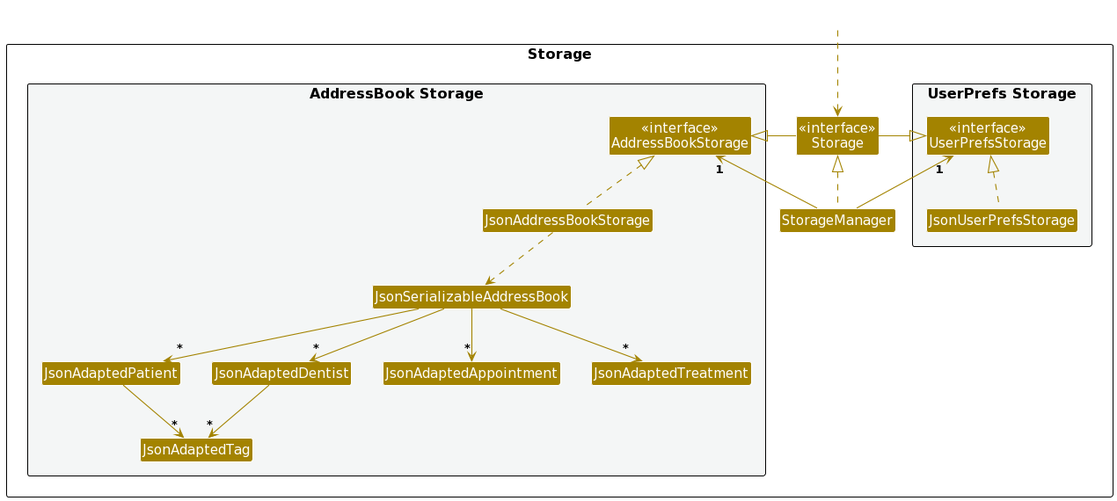
Before: docs/images/ToothTrackerStorage.png, a diagram exported from PlantUML (techjay-c/tp).
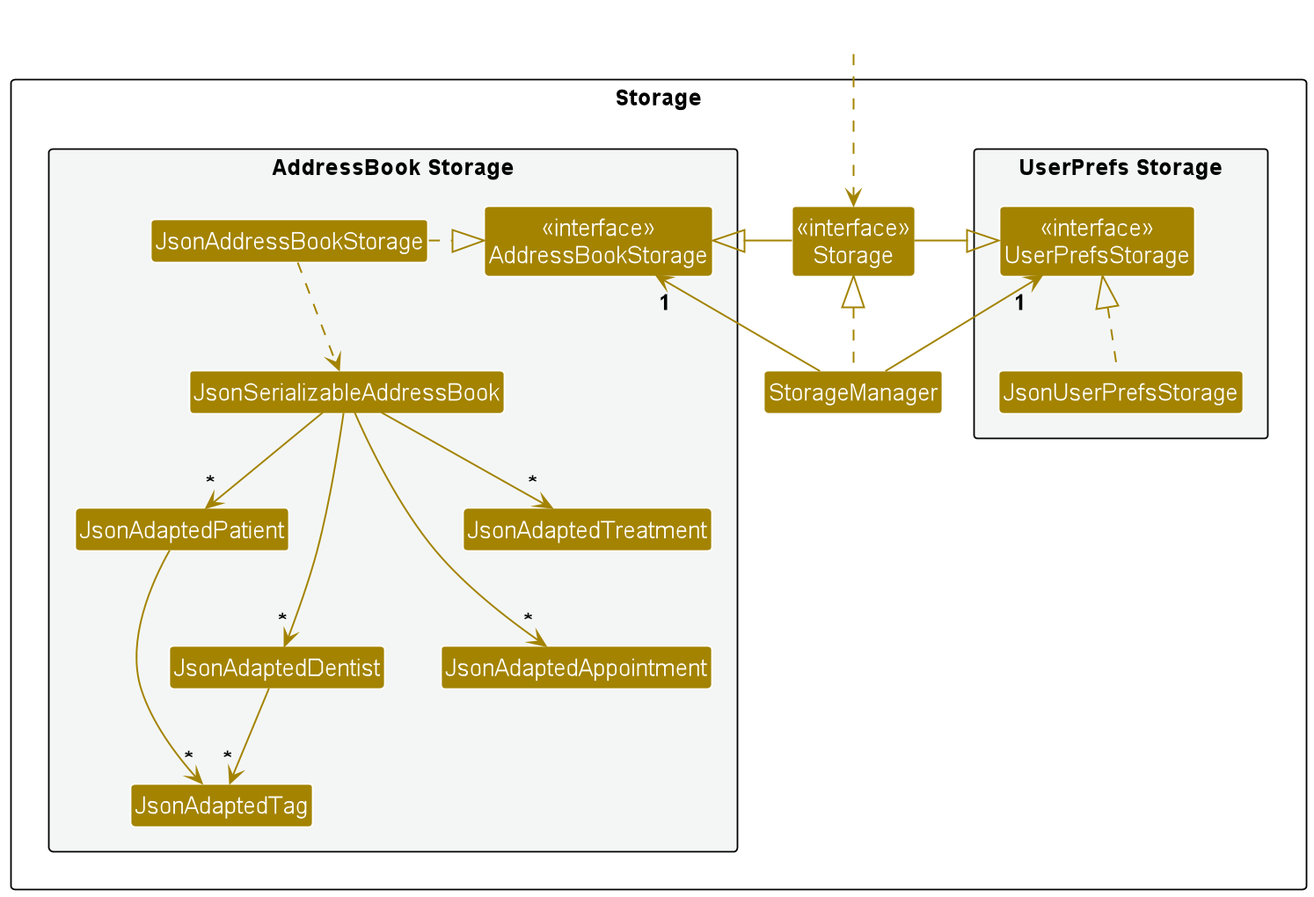
Later version of the same file.

Commit message:
Update ToothTrackerStorageClassDiagram.puml for less width

Change to the diagram source:
```diff
@@ -114,11 +114,11 @@
 Storage -right-|> AddressBookStorage
 
 JsonUserPrefsStorage .up.|> UserPrefsStorage
-JsonAddressBookStorage .up.|> AddressBookStorage
+JsonAddressBookStorage .right.|> AddressBookStorage
 JsonAddressBookStorage ..> JsonSerializableAddressBook
 JsonSerializableAddressBook --> "*" JsonAdaptedPatient
-JsonSerializableAddressBook --> "*" JsonAdaptedDentist
-JsonSerializableAddressBook --> "*" JsonAdaptedAppointment
+JsonSerializableAddressBook ---> "*" JsonAdaptedDentist
+JsonSerializableAddressBook ---> "*" JsonAdaptedAppointment
 JsonSerializableAddressBook --> "*" JsonAdaptedTreatment
 JsonAdaptedPatient --> "*" JsonAdaptedTag
 JsonAdaptedDentist --> "*" JsonAdaptedTag
```
